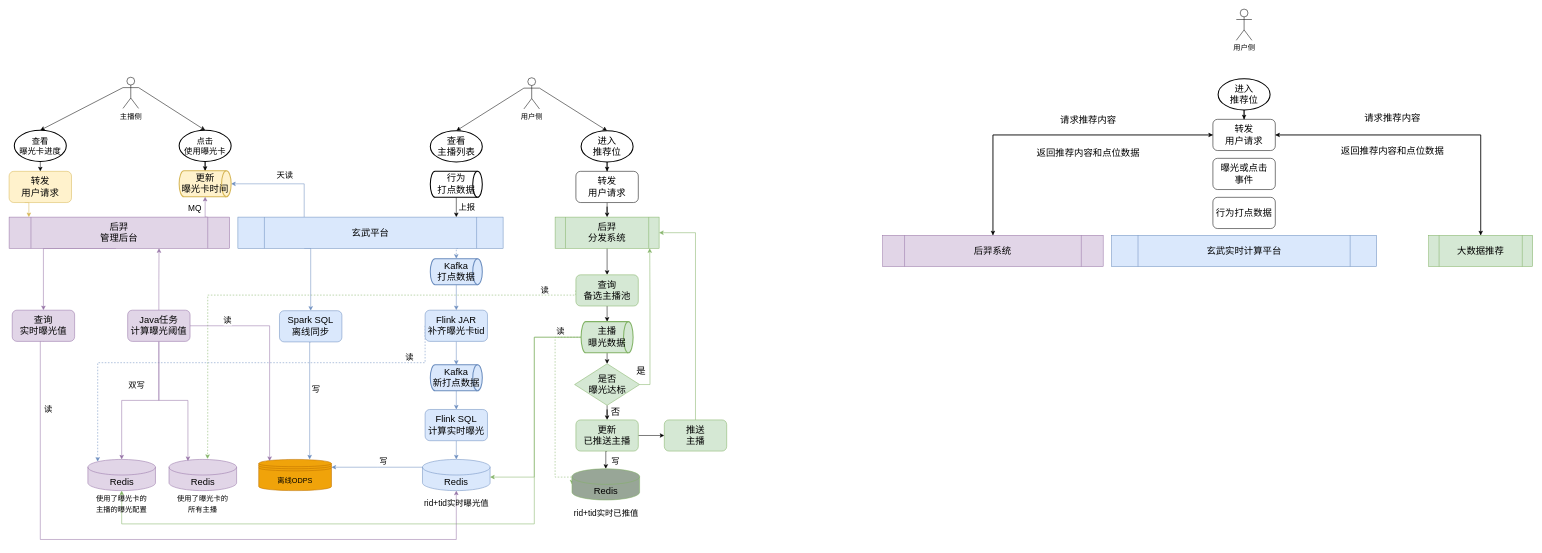
hongweilv-whu/flowCharts keeps this draw.io diagram as 官方扶持流量提醒.drawio. Above is the earlier version. Source tidied: cells renumbered, new cells numbered last; positions are measured from the earlier drawing's top-left corner, leaving out a move shared by most shapes. Both pictures are drawn from the tidied source at 52%, with x=0, y=0 at pixel (9, 9).
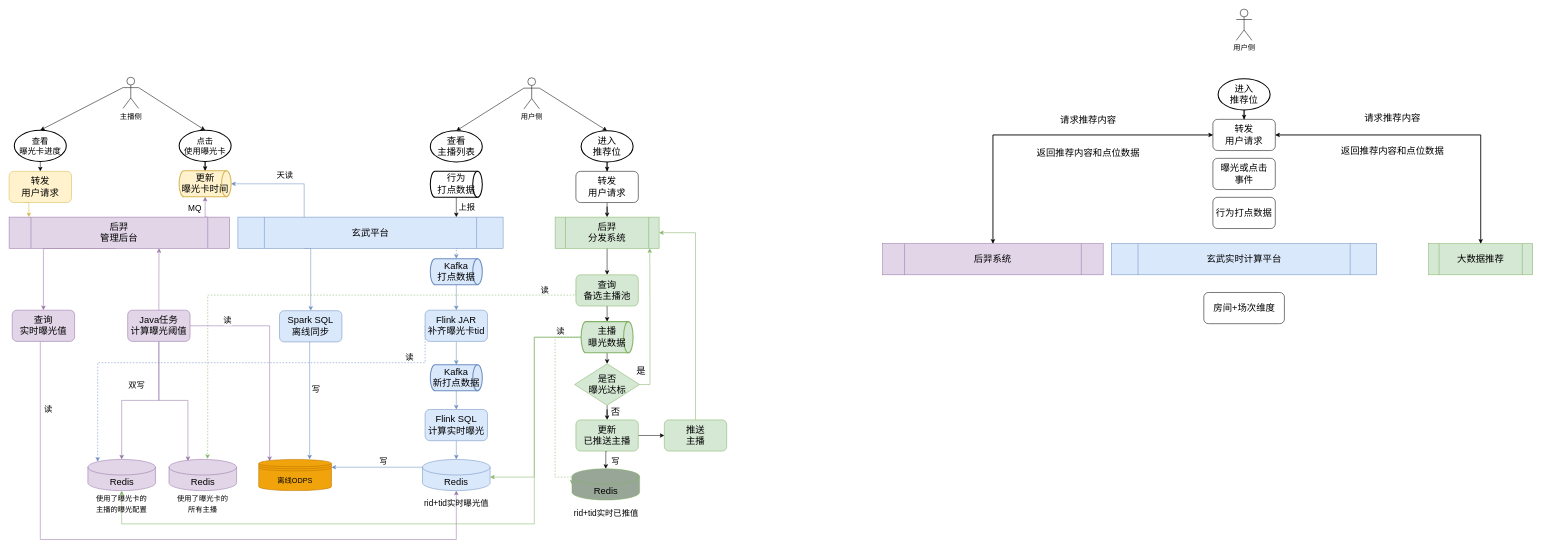
The same page after the edit.

Commit message (it also covers changes not shown here):
更新官方扶持流量提醒.drawio

Diff of the diagram source:
```diff
@@
     <mxCell id="94" value="大数据推荐" style="shape=process;whiteSpace=wrap;html=1;backgroundOutline=1;fontSize=18;fillColor=#d5e8d4;strokeColor=#82b366;" parent="1" vertex="1">
-      <mxGeometry x="2730" y="435" width="200" height="60" as="geometry" />
+      <mxGeometry x="2730" y="451" width="200" height="60" as="geometry" />
     </mxCell>
     <mxCell id="95" value="玄武实时计算平台" style="shape=process;whiteSpace=wrap;html=1;backgroundOutline=1;fontSize=18;fillColor=#dae8fc;strokeColor=#6c8ebf;" parent="1" vertex="1">
-      <mxGeometry x="2120" y="435" width="510" height="60" as="geometry" />
+      <mxGeometry x="2120" y="451" width="510" height="60" as="geometry" />
     </mxCell>
@@
     <mxCell id="97" value="后羿系统" style="shape=process;whiteSpace=wrap;html=1;backgroundOutline=1;fontSize=18;fillColor=#e1d5e7;strokeColor=#9673a6;points=[[0,0.25,0,0,0],[0,0.5,0,0,0],[0,0.75,0,0,0],[0,1,0,0,0],[0.09,0,0,0,-3],[0.25,0,0,0,0],[0.25,1,0,0,0],[0.5,0,0,0,0],[0.5,1,0,0,0],[0.68,1,0,0,0],[0.9,0,0,0,0],[1,0,0,0,0],[1,0.25,0,0,0],[1,0.5,0,0,0],[1,0.75,0,0,0],[1,1,0,0,0]];" parent="1" vertex="1">
-      <mxGeometry x="1680" y="435" width="424" height="60" as="geometry" />
+      <mxGeometry x="1680" y="451" width="424" height="60" as="geometry" />
     </mxCell>
@@
+    <mxCell id="110" value="&lt;span style=&quot;font-size: 18px;&quot;&gt;房间+场次维度&lt;/span&gt;" style="rounded=1;whiteSpace=wrap;html=1;fontSize=14;" parent="1" vertex="1">
+      <mxGeometry x="2297.5" y="545" width="155" height="60" as="geometry" />
+    </mxCell>
```
